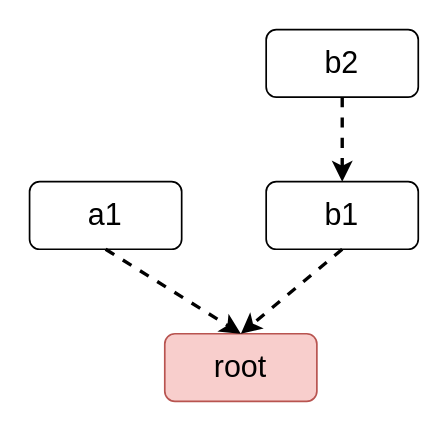
Before: ethereum-research/consensus/Casper/checkpoint-conflicting.drawio in 0xyicheng/a-research-diagram, a draw.io diagram. Source tidied: cells renumbered, new cells numbered last; positions are measured from the earlier drawing's top-left corner, leaving out a move shared by most shapes. Both pictures are drawn from the tidied source at 169%, with x=0, y=0 at pixel (29, 29).
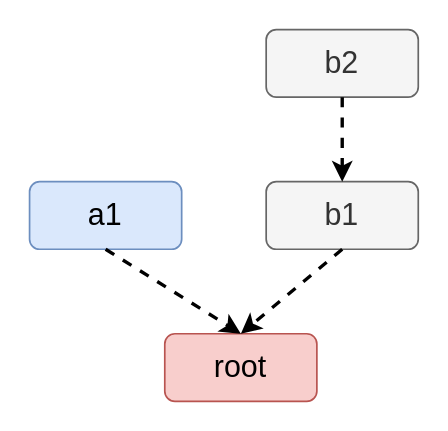
The same diagram, later.

Change to the diagram source:
```diff
@@
 <mxGraphModel>
   <root>
     <mxCell id="0" />
     <mxCell id="1" parent="0" />
     <mxCell id="2" value="&lt;font style=&quot;font-size: 18px;&quot;&gt;root&lt;/font&gt;" style="rounded=1;whiteSpace=wrap;html=1;fillColor=#f8cecc;strokeColor=#b85450;" parent="1" vertex="1">
       <mxGeometry x="80" y="180" width="90" height="40" as="geometry" />
     </mxCell>
-    <mxCell id="3" value="&lt;span style=&quot;font-size: 18px;&quot;&gt;b1&lt;/span&gt;" style="rounded=1;whiteSpace=wrap;html=1;" parent="1" vertex="1">
+    <mxCell id="3" value="&lt;span style=&quot;font-size: 18px;&quot;&gt;b1&lt;/span&gt;" style="rounded=1;whiteSpace=wrap;html=1;fillColor=#f5f5f5;fontColor=#333333;strokeColor=#666666;" parent="1" vertex="1">
       <mxGeometry x="140" y="90" width="90" height="40" as="geometry" />
     </mxCell>
-    <mxCell id="4" value="&lt;font style=&quot;font-size: 18px;&quot;&gt;a1&lt;/font&gt;" style="rounded=1;whiteSpace=wrap;html=1;" parent="1" vertex="1">
+    <mxCell id="4" value="&lt;font style=&quot;font-size: 18px;&quot;&gt;a1&lt;/font&gt;" style="rounded=1;whiteSpace=wrap;html=1;fillColor=#dae8fc;strokeColor=#6c8ebf;" parent="1" vertex="1">
       <mxGeometry y="90" width="90" height="40" as="geometry" />
     </mxCell>
-    <mxCell id="5" value="&lt;font style=&quot;font-size: 18px;&quot;&gt;b2&lt;/font&gt;" style="rounded=1;whiteSpace=wrap;html=1;" parent="1" vertex="1">
+    <mxCell id="5" value="&lt;font style=&quot;font-size: 18px;&quot;&gt;b2&lt;/font&gt;" style="rounded=1;whiteSpace=wrap;html=1;fillColor=#f5f5f5;fontColor=#333333;strokeColor=#666666;" parent="1" vertex="1">
       <mxGeometry x="140" width="90" height="40" as="geometry" />
     </mxCell>
     <mxCell id="6" style="endArrow=classic;html=1;rounded=0;fontSize=18;strokeWidth=2;dashed=1;exitX=0.5;exitY=1;exitDx=0;exitDy=0;entryX=0.5;entryY=0;entryDx=0;entryDy=0;" parent="1" edge="1" source="3" target="2">
       <mxGeometry relative="1" as="geometry" />
     </mxCell>
     <mxCell id="7" style="endArrow=classic;html=1;rounded=0;fontSize=18;strokeWidth=2;dashed=1;exitX=0.5;exitY=1;exitDx=0;exitDy=0;entryX=0.5;entryY=0;entryDx=0;entryDy=0;" parent="1" edge="1" source="5" target="3">
       <mxGeometry relative="1" as="geometry" />
     </mxCell>
     <mxCell id="8" style="endArrow=classic;html=1;rounded=0;fontSize=18;strokeWidth=2;dashed=1;exitX=0.5;exitY=1;exitDx=0;exitDy=0;entryX=0.5;entryY=0;entryDx=0;entryDy=0;" parent="1" edge="1" source="4" target="2">
       <mxGeometry relative="1" as="geometry" />
     </mxCell>
   </root>
 </mxGraphModel>
```
